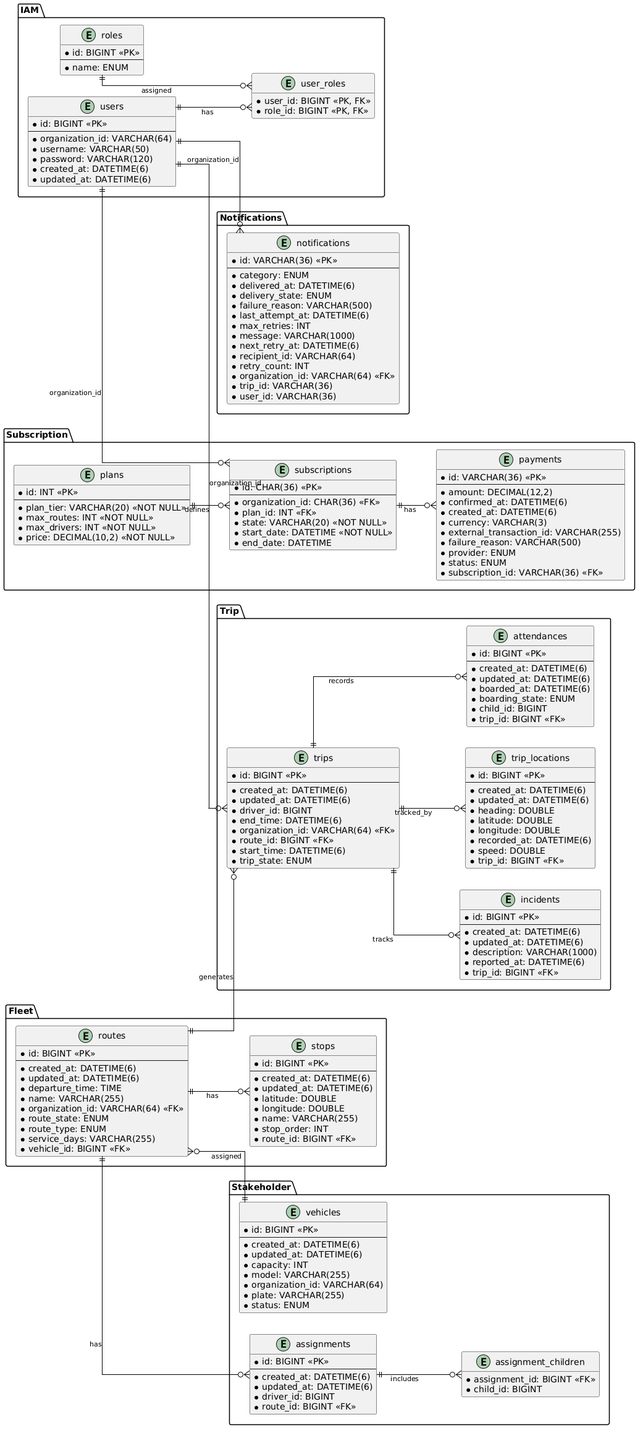
Above: assets/images/ChapterIV/DataBase/SafeRoute-DataBase.png in upc-pre-202610-1asi0730-12053-powertech/saferoute-report (PlantUML), before the change.
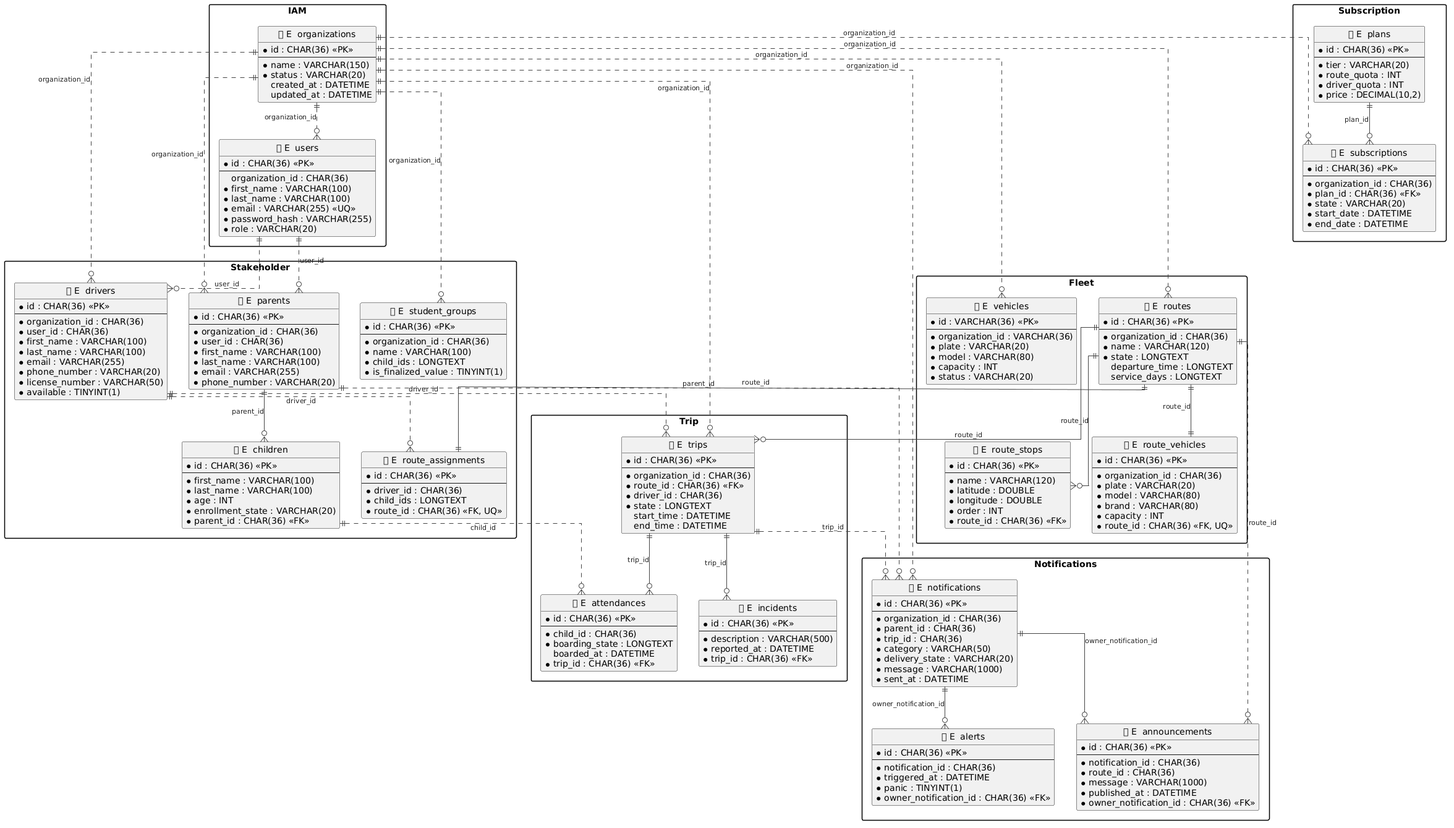
The same file after the commit.

The edit, as a diff of the source:
```diff
@@ -1,234 +1,265 @@
 @startuml
-hide empty members
-left to right direction
-
+hide circle
 skinparam linetype ortho
+skinparam packageStyle rectangle
 skinparam shadowing false
-skinparam defaultFontName Arial
-skinparam defaultTextAlignment left
 
 skinparam package {
-    BackgroundColor #FFFFFF
-    BorderColor #000000
-    FontColor #000000
-    FontStyle Bold
-    FontSize 14
+  BackgroundColor White
+  BorderColor Black
+  FontColor Black
+  FontStyle Bold
 }
 
 skinparam entity {
-    BackgroundColor #F2F2F2
-    BorderColor #000000
-    FontColor #000000
-    FontSize 12
+  BackgroundColor #F2F2F2
+  BorderColor #777777
+  FontColor Black
+  FontSize 13
 }
 
-skinparam ArrowColor #000000
-skinparam ArrowFontColor #000000
+skinparam ArrowColor #444444
+skinparam ArrowFontColor #222222
 skinparam ArrowFontSize 11
 
 package "IAM" {
-    entity "users" as users {
-        * id: BIGINT «PK»
-        --
-        * organization_id: VARCHAR(64)
-        * username: VARCHAR(50)
-        * password: VARCHAR(120)
-        * created_at: DATETIME(6)
-        * updated_at: DATETIME(6)
-    }
+  entity "🟢 E  organizations" as organizations {
+    * id : CHAR(36) <<PK>>
+    --
+    * name : VARCHAR(150)
+    * status : VARCHAR(20)
+    created_at : DATETIME
+    updated_at : DATETIME
+  }
 
-    entity "roles" as roles {
-        * id: BIGINT «PK»
-        --
-        * name: ENUM
-    }
+  entity "🟢 E  users" as users {
+    * id : CHAR(36) <<PK>>
+    --
+    organization_id : CHAR(36)
+    * first_name : VARCHAR(100)
+    * last_name : VARCHAR(100)
+    * email : VARCHAR(255) <<UQ>>
+    * password_hash : VARCHAR(255)
+    * role : VARCHAR(20)
+  }
+}
 
-    entity "user_roles" as user_roles {
-        * user_id: BIGINT «PK, FK»
-        * role_id: BIGINT «PK, FK»
-    }
+package "Fleet" {
+  entity "🟢 E  routes" as routes {
+    * id : CHAR(36) <<PK>>
+    --
+    * organization_id : CHAR(36)
+    * name : VARCHAR(120)
+    * state : LONGTEXT
+    departure_time : LONGTEXT
+    service_days : LONGTEXT
+  }
+
+  entity "🟢 E  route_stops" as route_stops {
+    * id : CHAR(36) <<PK>>
+    --
+    * name : VARCHAR(120)
+    * latitude : DOUBLE
+    * longitude : DOUBLE
+    * order : INT
+    * route_id : CHAR(36) <<FK>>
+  }
+
+  entity "🟢 E  route_vehicles" as route_vehicles {
+    * id : CHAR(36) <<PK>>
+    --
+    * organization_id : CHAR(36)
+    * plate : VARCHAR(20)
+    * model : VARCHAR(80)
+    * brand : VARCHAR(80)
+    * capacity : INT
+    * route_id : CHAR(36) <<FK, UQ>>
+  }
+
+  entity "🟢 E  vehicles" as vehicles {
+    * id : VARCHAR(36) <<PK>>
+    --
+    * organization_id : VARCHAR(36)
+    * plate : VARCHAR(20)
+    * model : VARCHAR(80)
+    * capacity : INT
+    * status : VARCHAR(20)
+  }
+}
+
+package "Stakeholder" {
+  entity "🟢 E  drivers" as drivers {
+    * id : CHAR(36) <<PK>>
+    --
+    * organization_id : CHAR(36)
+    * user_id : CHAR(36)
+    * first_name : VARCHAR(100)
+    * last_name : VARCHAR(100)
+    * email : VARCHAR(255)
+    * phone_number : VARCHAR(20)
+    * license_number : VARCHAR(50)
+    * available : TINYINT(1)
+  }
+
+  entity "🟢 E  parents" as parents {
+    * id : CHAR(36) <<PK>>
+    --
+    * organization_id : CHAR(36)
+    * user_id : CHAR(36)
+    * first_name : VARCHAR(100)
+    * last_name : VARCHAR(100)
+    * email : VARCHAR(255)
+    * phone_number : VARCHAR(20)
+  }
+
+  entity "🟢 E  children" as children {
+    * id : CHAR(36) <<PK>>
+    --
+    * first_name : VARCHAR(100)
+    * last_name : VARCHAR(100)
+    * age : INT
+    * enrollment_state : VARCHAR(20)
+    * parent_id : CHAR(36) <<FK>>
+  }
+
+  entity "🟢 E  student_groups" as student_groups {
+    * id : CHAR(36) <<PK>>
+    --
+    * organization_id : CHAR(36)
+    * name : VARCHAR(100)
+    * child_ids : LONGTEXT
+    * is_finalized_value : TINYINT(1)
+  }
+
+  entity "🟢 E  route_assignments" as route_assignments {
+    * id : CHAR(36) <<PK>>
+    --
+    * driver_id : CHAR(36)
+    * child_ids : LONGTEXT
+    * route_id : CHAR(36) <<FK, UQ>>
+  }
 }
 
 package "Subscription" {
-    entity "plans" as plans {
-        * id: INT «PK»
-        --
-        * plan_tier: VARCHAR(20) «NOT NULL»
-        * max_routes: INT «NOT NULL»
-        * max_drivers: INT «NOT NULL»
-        * price: DECIMAL(10,2) «NOT NULL»
-    }
+  entity "🟢 E  plans" as plans {
+    * id : CHAR(36) <<PK>>
+    --
+    * tier : VARCHAR(20)
+    * route_quota : INT
+    * driver_quota : INT
+    * price : DECIMAL(10,2)
+  }
 
-    entity "subscriptions" as subscriptions {
-        * id: CHAR(36) «PK»
-        --
-        * organization_id: CHAR(36) «FK»
-        * plan_id: INT «FK»
-        * state: VARCHAR(20) «NOT NULL»
-        * start_date: DATETIME «NOT NULL»
-        * end_date: DATETIME
-    }
-
-    entity "payments" as payments {
-        * id: VARCHAR(36) «PK»
-        --
-        * amount: DECIMAL(12,2)
-        * confirmed_at: DATETIME(6)
-        * created_at: DATETIME(6)
-        * currency: VARCHAR(3)
-        * external_transaction_id: VARCHAR(255)
-        * failure_reason: VARCHAR(500)
-        * provider: ENUM
-        * status: ENUM
-        * subscription_id: VARCHAR(36) «FK»
-    }
-}
-
-package "Fleet" {
-    entity "routes" as routes {
-        * id: BIGINT «PK»
-        --
-        * created_at: DATETIME(6)
-        * updated_at: DATETIME(6)
-        * departure_time: TIME
-        * name: VARCHAR(255)
-        * organization_id: VARCHAR(64) «FK»
-        * route_state: ENUM
-        * route_type: ENUM
-        * service_days: VARCHAR(255)
-        * vehicle_id: BIGINT «FK»
-    }
-
-    entity "stops" as stops {
-        * id: BIGINT «PK»
-        --
-        * created_at: DATETIME(6)
-        * updated_at: DATETIME(6)
-        * latitude: DOUBLE
-        * longitude: DOUBLE
-        * name: VARCHAR(255)
-        * stop_order: INT
-        * route_id: BIGINT «FK»
-    }
+  entity "🟢 E  subscriptions" as subscriptions {
+    * id : CHAR(36) <<PK>>
+    --
+    * organization_id : CHAR(36)
+    * plan_id : CHAR(36) <<FK>>
+    * state : VARCHAR(20)
+    * start_date : DATETIME
+    * end_date : DATETIME
+  }
 }
 
 package "Trip" {
-    entity "trips" as trips {
-        * id: BIGINT «PK»
-        --
-        * created_at: DATETIME(6)
-        * updated_at: DATETIME(6)
-        * driver_id: BIGINT
-        * end_time: DATETIME(6)
-        * organization_id: VARCHAR(64) «FK»
-        * route_id: BIGINT «FK»
-        * start_time: DATETIME(6)
-        * trip_state: ENUM
-    }
+  entity "🟢 E  trips" as trips {
+    * id : CHAR(36) <<PK>>
+    --
+    * organization_id : CHAR(36)
+    * route_id : CHAR(36) <<FK>>
+    * driver_id : CHAR(36)
+    * state : LONGTEXT
+    start_time : DATETIME
+    end_time : DATETIME
+  }
 
-    entity "attendances" as attendances {
-        * id: BIGINT «PK»
-        --
-        * created_at: DATETIME(6)
-        * updated_at: DATETIME(6)
-        * boarded_at: DATETIME(6)
-        * boarding_state: ENUM
-        * child_id: BIGINT
-        * trip_id: BIGINT «FK»
-    }
+  entity "🟢 E  attendances" as attendances {
+    * id : CHAR(36) <<PK>>
+    --
+    * child_id : CHAR(36)
+    * boarding_state : LONGTEXT
+    boarded_at : DATETIME
+    * trip_id : CHAR(36) <<FK>>
+  }
 
-    entity "incidents" as incidents {
-        * id: BIGINT «PK»
-        --
-        * created_at: DATETIME(6)
-        * updated_at: DATETIME(6)
-        * description: VARCHAR(1000)
-        * reported_at: DATETIME(6)
-        * trip_id: BIGINT «FK»
-    }
-
-    entity "trip_locations" as trip_locations {
-        * id: BIGINT «PK»
-        --
-        * created_at: DATETIME(6)
-        * updated_at: DATETIME(6)
-        * heading: DOUBLE
-        * latitude: DOUBLE
-        * longitude: DOUBLE
-        * recorded_at: DATETIME(6)
-        * speed: DOUBLE
-        * trip_id: BIGINT «FK»
-    }
+  entity "🟢 E  incidents" as incidents {
+    * id : CHAR(36) <<PK>>
+    --
+    * description : VARCHAR(500)
+    * reported_at : DATETIME
+    * trip_id : CHAR(36) <<FK>>
+  }
 }
 
 package "Notifications" {
-    entity "notifications" as notifications {
-        * id: VARCHAR(36) «PK»
-        --
-        * category: ENUM
-        * delivered_at: DATETIME(6)
-        * delivery_state: ENUM
-        * failure_reason: VARCHAR(500)
-        * last_attempt_at: DATETIME(6)
-        * max_retries: INT
-        * message: VARCHAR(1000)
-        * next_retry_at: DATETIME(6)
-        * recipient_id: VARCHAR(64)
-        * retry_count: INT
-        * organization_id: VARCHAR(64) «FK»
-        * trip_id: VARCHAR(36)
-        * user_id: VARCHAR(36)
-    }
+  entity "🟢 E  notifications" as notifications {
+    * id : CHAR(36) <<PK>>
+    --
+    * organization_id : CHAR(36)
+    * parent_id : CHAR(36)
+    * trip_id : CHAR(36)
+    * category : VARCHAR(50)
+    * delivery_state : VARCHAR(20)
+    * message : VARCHAR(1000)
+    * sent_at : DATETIME
+  }
+
+  entity "🟢 E  alerts" as alerts {
+    * id : CHAR(36) <<PK>>
+    --
+    * notification_id : CHAR(36)
+    * triggered_at : DATETIME
+    * panic : TINYINT(1)
+    * owner_notification_id : CHAR(36) <<FK>>
+  }
+
+  entity "🟢 E  announcements" as announcements {
+    * id : CHAR(36) <<PK>>
+    --
+    * notification_id : CHAR(36)
+    * route_id : CHAR(36)
+    * message : VARCHAR(1000)
+    * published_at : DATETIME
+    * owner_notification_id : CHAR(36) <<FK>>
+  }
 }
 
-package "Stakeholder" {
-    entity "assignments" as assignments {
-        * id: BIGINT «PK»
-        --
-        * created_at: DATETIME(6)
-        * updated_at: DATETIME(6)
-        * driver_id: BIGINT
-        * route_id: BIGINT «FK»
-    }
 
-    entity "assignment_children" as assignment_children {
-        * assignment_id: BIGINT «FK»
-        * child_id: BIGINT
-    }
+parents ||--o{ children : parent_id
 
-    entity "vehicles" as vehicles {
-        * id: BIGINT «PK»
-        --
-        * created_at: DATETIME(6)
-        * updated_at: DATETIME(6)
-        * capacity: INT
-        * model: VARCHAR(255)
-        * organization_id: VARCHAR(64)
-        * plate: VARCHAR(255)
-        * status: ENUM
-    }
-}
+routes ||--o{ route_stops : route_id
+routes ||--|| route_vehicles : route_id
+routes ||--|| route_assignments : route_id
+routes ||--o{ trips : route_id
 
-users ||--o{ user_roles : "has"
-roles ||--o{ user_roles : "assigned"
+plans ||--o{ subscriptions : plan_id
+
+trips ||--o{ attendances : trip_id
+trips ||--o{ incidents : trip_id
+
+notifications ||--o{ alerts : owner_notification_id
+notifications ||--o{ announcements : owner_notification_id
 
 
-users ||--o{ trips : "organization_id"
-users ||--o{ notifications : "organization_id"
-users ||--o{ subscriptions : "organization_id"
+organizations ||..o{ users : organization_id
+organizations ||..o{ routes : organization_id
+organizations ||..o{ vehicles : organization_id
+organizations ||..o{ drivers : organization_id
+organizations ||..o{ parents : organization_id
+organizations ||..o{ student_groups : organization_id
+organizations ||..o{ subscriptions : organization_id
+organizations ||..o{ trips : organization_id
+organizations ||..o{ notifications : organization_id
 
-plans ||--o{ subscriptions : "defines"
-subscriptions ||--o{ payments : "has"
+users ||..o{ drivers : user_id
+users ||..o{ parents : user_id
 
-vehicles ||--o{ routes : "assigned"
+drivers ||..o{ trips : driver_id
+drivers ||..o{ route_assignments : driver_id
 
-routes ||--o{ stops : "has"
-routes ||--o{ assignments : "has"
-routes ||--o{ trips : "generates"
+children ||..o{ attendances : child_id
+parents ||..o{ notifications : parent_id
+trips ||..o{ notifications : trip_id
 
-assignments ||--o{ assignment_children : "includes"
-
-trips ||--o{ attendances : "records"
-trips ||--o{ incidents : "tracks"
-trips ||--o{ trip_locations : "tracked_by"
+routes ||..o{ announcements : route_id
 @enduml
```
